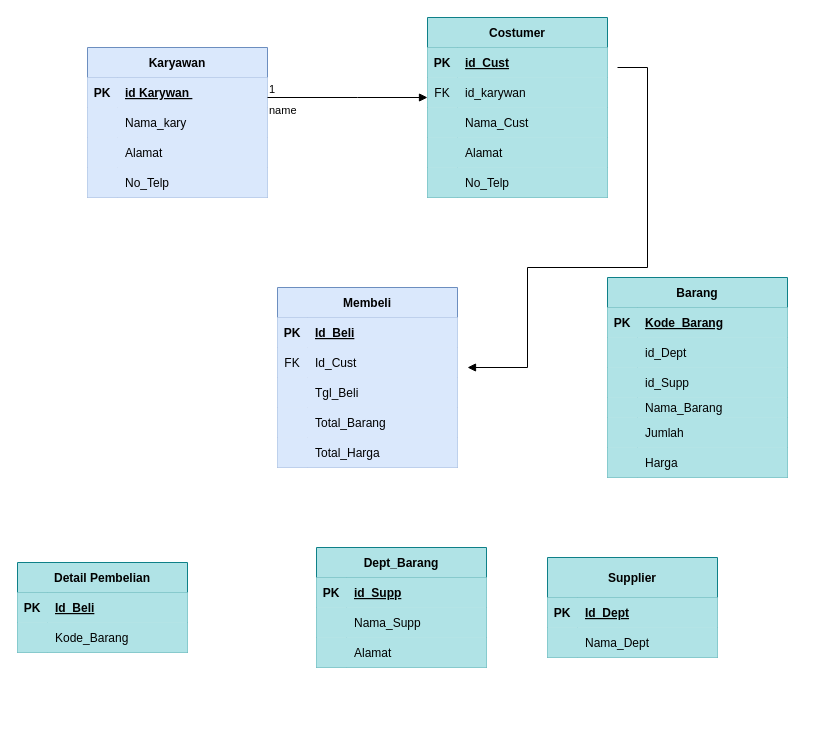
The draw.io diagram Diagram Tanpa Judul.drawio in NayaRPL/db1_usb, before the edit. Source tidied: cells renumbered, new cells numbered last; positions are measured from the earlier drawing's top-left corner, leaving out a move shared by most shapes. Both pictures are drawn from the tidied source at 100%, with x=0, y=0 at pixel (17, 17).
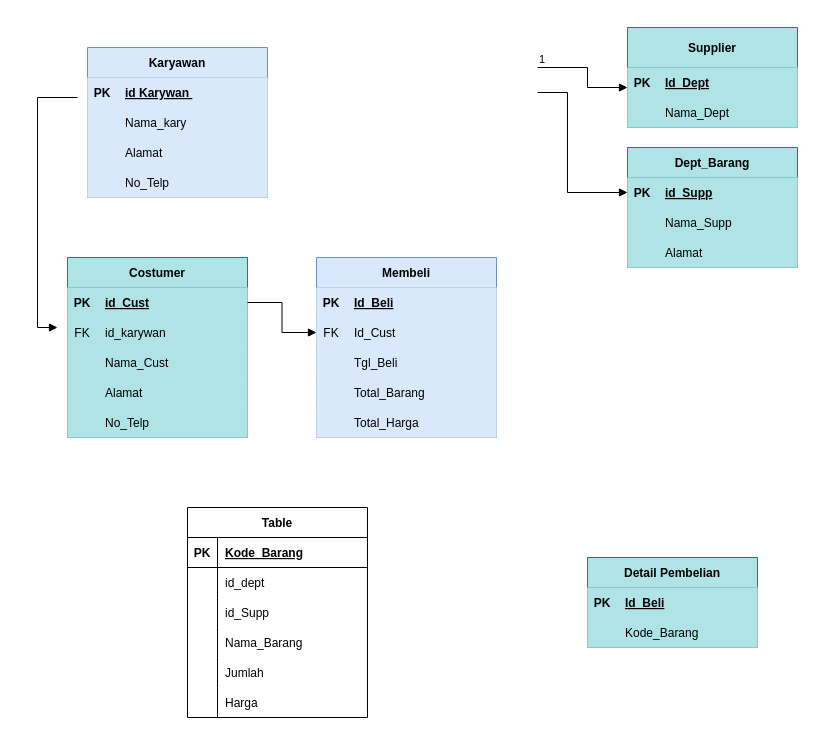
After the change.

Unchanged cells that the change refers to:
```xml
<mxCell id="19" style="shape=tableRow;horizontal=0;startSize=0;swimlaneHead=0;swimlaneBody=0;fillColor=#dae8fc;points=[[0,0.5],[1,0.5]];portConstraint=eastwest;top=0;left=0;right=0;bottom=0;strokeColor=#6c8ebf;" parent="15" vertex="1">
  <mxGeometry y="60" width="180" height="30" as="geometry" />
</mxCell>
<mxCell id="32" style="shape=tableRow;horizontal=0;startSize=0;swimlaneHead=0;swimlaneBody=0;points=[[0,0.5],[1,0.5]];portConstraint=eastwest;top=0;left=0;right=0;bottom=0;fillColor=#b0e3e6;strokeColor=#0e8088;" parent="31" vertex="1">
  <mxGeometry y="30" width="180" height="30" as="geometry" />
</mxCell>
<mxCell id="74" style="shape=tableRow;horizontal=0;startSize=0;swimlaneHead=0;swimlaneBody=0;points=[[0,0.5],[1,0.5]];portConstraint=eastwest;top=0;left=0;right=0;bottom=0;fillColor=#b0e3e6;strokeColor=#0e8088;" parent="73" vertex="1">
  <mxGeometry y="40" width="170" height="30" as="geometry" />
</mxCell>
<mxCell id="81" style="shape=tableRow;horizontal=0;startSize=0;swimlaneHead=0;swimlaneBody=0;points=[[0,0.5],[1,0.5]];portConstraint=eastwest;top=0;left=0;right=0;bottom=0;fillColor=#b0e3e6;strokeColor=#0e8088;" parent="80" vertex="1">
  <mxGeometry y="30" width="170" height="30" as="geometry" />
</mxCell>
```

Change to the diagram source:
```diff
@@
     <mxCell id="15" value="Membeli" style="shape=table;startSize=30;childLayout=tableLayout;rowLines=0;fontStyle=1;align=center;fillColor=#dae8fc;strokeColor=#6c8ebf;bottom=0;" parent="1" vertex="1">
-      <mxGeometry x="260" y="270" width="180" height="180" as="geometry" />
+      <mxGeometry x="299" y="240" width="180" height="180" as="geometry" />
     </mxCell>
@@
     <mxCell id="31" value="Costumer" style="shape=table;startSize=30;childLayout=tableLayout;rowLines=0;fontStyle=1;align=center;fillColor=#b0e3e6;strokeColor=#0e8088;bottom=0;" parent="1" vertex="1">
-      <mxGeometry x="410" width="180" height="180" as="geometry" />
+      <mxGeometry x="50" y="240" width="180" height="180" as="geometry" />
     </mxCell>
@@
     <mxCell id="47" value="Detail Pembelian" style="shape=table;startSize=30;childLayout=tableLayout;rowLines=0;fontStyle=1;align=center;fillColor=#b0e3e6;strokeColor=#0e8088;bottom=0;" parent="1" vertex="1">
-      <mxGeometry y="545" width="170" height="90" as="geometry" />
+      <mxGeometry x="570" y="540" width="170" height="90" as="geometry" />
     </mxCell>
@@
-    <mxCell id="54" value="Barang" style="shape=table;startSize=30;childLayout=tableLayout;rowLines=0;fontStyle=1;align=center;fillColor=#b0e3e6;strokeColor=#0e8088;bottom=0;" parent="1" vertex="1">
-      <mxGeometry x="590" y="260" width="180" height="200" as="geometry" />
-    </mxCell>
-    <mxCell id="55" style="shape=tableRow;horizontal=0;startSize=0;swimlaneHead=0;swimlaneBody=0;top=0;left=0;right=0;bottom=0;fillColor=#b0e3e6;strokeColor=#0e8088;" parent="54" vertex="1">
-      <mxGeometry y="30" width="180" height="30" as="geometry" />
-    </mxCell>
-    <mxCell id="56" value="PK" style="shape=partialRectangle;top=0;left=0;bottom=0;right=0;fontStyle=1;overflow=hidden;fillColor=#b0e3e6;strokeColor=#0e8088;" parent="55" vertex="1">
-      <mxGeometry width="30" height="30" as="geometry" />
-    </mxCell>
-    <mxCell id="57" value="Kode_Barang" style="shape=partialRectangle;top=0;left=0;bottom=0;right=0;align=left;spacingLeft=6;fontStyle=5;overflow=hidden;fillColor=#b0e3e6;strokeColor=#0e8088;" parent="55" vertex="1">
-      <mxGeometry x="30" width="150" height="30" as="geometry" />
-    </mxCell>
-    <mxCell id="58" style="shape=tableRow;horizontal=0;startSize=0;swimlaneHead=0;swimlaneBody=0;top=0;left=0;right=0;bottom=0;fillColor=#b0e3e6;strokeColor=#0e8088;" parent="54" vertex="1">
-      <mxGeometry y="60" width="180" height="30" as="geometry" />
-    </mxCell>
-    <mxCell id="59" style="shape=partialRectangle;top=0;left=0;bottom=0;right=0;overflow=hidden;fillColor=#b0e3e6;strokeColor=#0e8088;" parent="58" vertex="1">
-      <mxGeometry width="30" height="30" as="geometry" />
-    </mxCell>
-    <mxCell id="60" value="id_Dept" style="shape=partialRectangle;top=0;left=0;bottom=0;right=0;align=left;spacingLeft=6;overflow=hidden;fillColor=#b0e3e6;strokeColor=#0e8088;" parent="58" vertex="1">
-      <mxGeometry x="30" width="150" height="30" as="geometry" />
-    </mxCell>
-    <mxCell id="61" style="shape=tableRow;horizontal=0;startSize=0;swimlaneHead=0;swimlaneBody=0;top=0;left=0;right=0;bottom=0;fillColor=#b0e3e6;strokeColor=#0e8088;" parent="54" vertex="1">
-      <mxGeometry y="90" width="180" height="30" as="geometry" />
-    </mxCell>
-    <mxCell id="62" style="shape=partialRectangle;top=0;left=0;bottom=0;right=0;overflow=hidden;fillColor=#b0e3e6;strokeColor=#0e8088;" parent="61" vertex="1">
-      <mxGeometry width="30" height="30" as="geometry" />
-    </mxCell>
-    <mxCell id="63" value="id_Supp" style="shape=partialRectangle;top=0;left=0;bottom=0;right=0;align=left;spacingLeft=6;overflow=hidden;fillColor=#b0e3e6;strokeColor=#0e8088;" parent="61" vertex="1">
-      <mxGeometry x="30" width="150" height="30" as="geometry" />
-    </mxCell>
-    <mxCell id="64" style="shape=tableRow;horizontal=0;startSize=0;swimlaneHead=0;swimlaneBody=0;top=0;left=0;right=0;bottom=0;fillColor=#b0e3e6;strokeColor=#0e8088;" parent="54" vertex="1">
-      <mxGeometry y="120" width="180" height="20" as="geometry" />
-    </mxCell>
-    <mxCell id="65" style="shape=partialRectangle;top=0;left=0;bottom=0;right=0;overflow=hidden;fillColor=#b0e3e6;strokeColor=#0e8088;" parent="64" vertex="1">
-      <mxGeometry width="30" height="20" as="geometry" />
-    </mxCell>
-    <mxCell id="66" value="Nama_Barang" style="shape=partialRectangle;top=0;left=0;bottom=0;right=0;align=left;spacingLeft=6;overflow=hidden;fillColor=#b0e3e6;strokeColor=#0e8088;" parent="64" vertex="1">
-      <mxGeometry x="30" width="150" height="20" as="geometry" />
-    </mxCell>
-    <mxCell id="67" style="shape=tableRow;horizontal=0;startSize=0;swimlaneHead=0;swimlaneBody=0;top=0;left=0;right=0;bottom=0;fillColor=#b0e3e6;strokeColor=#0e8088;" parent="54" vertex="1">
-      <mxGeometry y="140" width="180" height="30" as="geometry" />
-    </mxCell>
-    <mxCell id="68" style="shape=partialRectangle;top=0;left=0;bottom=0;right=0;overflow=hidden;fillColor=#b0e3e6;strokeColor=#0e8088;" parent="67" vertex="1">
-      <mxGeometry width="30" height="30" as="geometry" />
-    </mxCell>
-    <mxCell id="69" value="Jumlah" style="shape=partialRectangle;top=0;left=0;bottom=0;right=0;align=left;spacingLeft=6;overflow=hidden;fillColor=#b0e3e6;strokeColor=#0e8088;" parent="67" vertex="1">
-      <mxGeometry x="30" width="150" height="30" as="geometry" />
-    </mxCell>
-    <mxCell id="70" style="shape=tableRow;horizontal=0;startSize=0;swimlaneHead=0;swimlaneBody=0;top=0;left=0;right=0;bottom=0;fillColor=#b0e3e6;strokeColor=#0e8088;" parent="54" vertex="1">
-      <mxGeometry y="170" width="180" height="30" as="geometry" />
-    </mxCell>
-    <mxCell id="71" style="shape=partialRectangle;top=0;left=0;bottom=0;right=0;overflow=hidden;fillColor=#b0e3e6;strokeColor=#0e8088;" parent="70" vertex="1">
-      <mxGeometry width="30" height="30" as="geometry" />
-    </mxCell>
-    <mxCell id="72" value="Harga" style="shape=partialRectangle;top=0;left=0;bottom=0;right=0;align=left;spacingLeft=6;overflow=hidden;fillColor=#b0e3e6;strokeColor=#0e8088;" parent="70" vertex="1">
-      <mxGeometry x="30" width="150" height="30" as="geometry" />
-    </mxCell>
     <mxCell id="73" value="Supplier" style="shape=table;startSize=40;childLayout=tableLayout;rowLines=0;fontStyle=1;align=center;fillColor=#b0e3e6;strokeColor=#0e8088;bottom=0;" parent="1" vertex="1">
-      <mxGeometry x="530" y="540" width="170" height="100" as="geometry" />
+      <mxGeometry x="610" y="10" width="170" height="100" as="geometry" />
     </mxCell>
@@
     <mxCell id="80" value="Dept_Barang" style="shape=table;startSize=30;childLayout=tableLayout;rowLines=0;fontStyle=1;align=center;fillColor=#b0e3e6;strokeColor=#0e8088;bottom=0;" parent="1" vertex="1">
-      <mxGeometry x="299" y="530" width="170" height="120" as="geometry" />
+      <mxGeometry x="610" y="130" width="170" height="120" as="geometry" />
     </mxCell>
@@
-    <mxCell id="90" value="name" style="endArrow=block;endFill=1;html=1;edgeStyle=orthogonalEdgeStyle;align=left;verticalAlign=top;rounded=0;" parent="1" edge="1">
+    <mxCell id="90" style="endArrow=block;endFill=1;html=1;edgeStyle=orthogonalEdgeStyle;align=left;verticalAlign=top;rounded=0;" parent="1" edge="1">
       <mxGeometry x="-1" relative="1" as="geometry">
-        <mxPoint x="250" y="80" as="sourcePoint" />
-        <mxPoint x="410" y="80" as="targetPoint" />
+        <mxPoint x="60" y="80" as="sourcePoint" />
+        <mxPoint x="40" y="310" as="targetPoint" />
         <Array as="points">
-          <mxPoint x="340" y="80" />
-          <mxPoint x="340" y="80" />
+          <mxPoint x="20" y="80" />
         </Array>
       </mxGeometry>
     </mxCell>
+    <mxCell id="93" style="endArrow=block;endFill=1;html=1;edgeStyle=orthogonalEdgeStyle;align=left;verticalAlign=top;rounded=0;entryX=0;entryY=0.5;entryDx=0;entryDy=0;exitX=1;exitY=0.5;exitDx=0;exitDy=0;" parent="1" edge="1" source="32" target="19">
+      <mxGeometry x="-1" relative="1" as="geometry" />
+    </mxCell>
+    <mxCell id="94" style="endArrow=block;endFill=1;html=1;edgeStyle=orthogonalEdgeStyle;align=left;verticalAlign=top;rounded=0;entryX=0;entryY=0.667;entryDx=0;entryDy=0;entryPerimeter=0;exitX=1;exitY=0.5;exitDx=0;exitDy=0;" parent="1" edge="1" target="74">
+      <mxGeometry x="-1" relative="1" as="geometry">
+        <mxPoint x="520" y="50" as="sourcePoint" />
+        <Array as="points">
+          <mxPoint x="570" y="50" />
+          <mxPoint x="570" y="70" />
+        </Array>
+      </mxGeometry>
+    </mxCell>
-    <mxCell id="91" value="1" style="edgeLabel;html=1;align=left;verticalAlign=bottom;" parent="90" vertex="1">
+    <mxCell id="91" value="1" style="edgeLabel;html=1;align=left;verticalAlign=bottom;" parent="94" vertex="1">
       <mxGeometry x="-1" relative="1" as="geometry" />
     </mxCell>
-    <mxCell id="92" style="endArrow=block;endFill=1;html=1;edgeStyle=orthogonalEdgeStyle;align=left;verticalAlign=top;rounded=0;" parent="1" edge="1">
-      <mxGeometry x="-1" relative="1" as="geometry">
-        <mxPoint x="600" y="50" as="sourcePoint" />
-        <mxPoint x="450" y="350" as="targetPoint" />
-        <Array as="points">
-          <mxPoint x="630" y="50" />
-          <mxPoint x="630" y="250" />
-          <mxPoint x="510" y="250" />
-        </Array>
-      </mxGeometry>
-    </mxCell>
+    <mxCell id="95" style="endArrow=block;endFill=1;html=1;edgeStyle=orthogonalEdgeStyle;align=left;verticalAlign=top;rounded=0;exitX=1;exitY=0.5;exitDx=0;exitDy=0;entryX=0;entryY=0.5;entryDx=0;entryDy=0;" parent="1" edge="1" target="81">
+      <mxGeometry x="-1" relative="1" as="geometry">
+        <mxPoint x="520" y="75" as="sourcePoint" />
+        <Array as="points">
+          <mxPoint x="550" y="75" />
+          <mxPoint x="550" y="175" />
+        </Array>
+      </mxGeometry>
+    </mxCell>
+    <mxCell id="96" value="Table" style="shape=table;startSize=30;childLayout=tableLayout;rowLines=0;fontStyle=1;align=center;" parent="1" vertex="1">
+      <mxGeometry x="170" y="490" width="180" height="210" as="geometry" />
+    </mxCell>
+    <mxCell id="97" style="shape=tableRow;horizontal=0;startSize=0;swimlaneHead=0;swimlaneBody=0;fillColor=none;top=0;left=0;right=0;bottom=1;" parent="96" vertex="1">
+      <mxGeometry y="30" width="180" height="30" as="geometry" />
+    </mxCell>
+    <mxCell id="56" value="PK" style="shape=partialRectangle;fillColor=none;top=0;left=0;bottom=0;right=0;fontStyle=1;overflow=hidden;" parent="97" vertex="1">
+      <mxGeometry width="30" height="30" as="geometry" />
+    </mxCell>
+    <mxCell id="57" value="Kode_Barang" style="shape=partialRectangle;fillColor=none;top=0;left=0;bottom=0;right=0;align=left;spacingLeft=6;fontStyle=5;overflow=hidden;" parent="97" vertex="1">
+      <mxGeometry x="30" width="150" height="30" as="geometry" />
+    </mxCell>
+    <mxCell id="98" style="shape=tableRow;horizontal=0;startSize=0;swimlaneHead=0;swimlaneBody=0;fillColor=none;top=0;left=0;right=0;bottom=0;" parent="96" vertex="1">
+      <mxGeometry y="60" width="180" height="30" as="geometry" />
+    </mxCell>
+    <mxCell id="99" style="shape=partialRectangle;fillColor=none;top=0;left=0;bottom=0;right=0;overflow=hidden;" parent="98" vertex="1">
+      <mxGeometry width="30" height="30" as="geometry" />
+    </mxCell>
+    <mxCell id="100" value="id_dept" style="shape=partialRectangle;fillColor=none;top=0;left=0;bottom=0;right=0;align=left;spacingLeft=6;overflow=hidden;" parent="98" vertex="1">
+      <mxGeometry x="30" width="150" height="30" as="geometry" />
+    </mxCell>
+    <mxCell id="101" style="shape=tableRow;horizontal=0;startSize=0;swimlaneHead=0;swimlaneBody=0;fillColor=none;top=0;left=0;right=0;bottom=0;" parent="96" vertex="1">
+      <mxGeometry y="90" width="180" height="30" as="geometry" />
+    </mxCell>
+    <mxCell id="102" style="shape=partialRectangle;fillColor=none;top=0;left=0;bottom=0;right=0;overflow=hidden;" parent="101" vertex="1">
+      <mxGeometry width="30" height="30" as="geometry" />
+    </mxCell>
+    <mxCell id="63" value="id_Supp" style="shape=partialRectangle;fillColor=none;top=0;left=0;bottom=0;right=0;align=left;spacingLeft=6;overflow=hidden;" parent="101" vertex="1">
+      <mxGeometry x="30" width="150" height="30" as="geometry" />
+    </mxCell>
+    <mxCell id="103" style="shape=tableRow;horizontal=0;startSize=0;swimlaneHead=0;swimlaneBody=0;fillColor=none;top=0;left=0;right=0;bottom=0;" parent="96" vertex="1">
+      <mxGeometry y="120" width="180" height="30" as="geometry" />
+    </mxCell>
+    <mxCell id="104" style="shape=partialRectangle;fillColor=none;top=0;left=0;bottom=0;right=0;overflow=hidden;" parent="103" vertex="1">
+      <mxGeometry width="30" height="30" as="geometry" />
+    </mxCell>
+    <mxCell id="66" value="Nama_Barang" style="shape=partialRectangle;fillColor=none;top=0;left=0;bottom=0;right=0;align=left;spacingLeft=6;overflow=hidden;" parent="103" vertex="1">
+      <mxGeometry x="30" width="150" height="30" as="geometry" />
+    </mxCell>
+    <mxCell id="105" style="shape=tableRow;horizontal=0;startSize=0;swimlaneHead=0;swimlaneBody=0;fillColor=none;top=0;left=0;right=0;bottom=0;" parent="96" vertex="1">
+      <mxGeometry y="150" width="180" height="30" as="geometry" />
+    </mxCell>
+    <mxCell id="106" style="shape=partialRectangle;fillColor=none;top=0;left=0;bottom=0;right=0;overflow=hidden;" parent="105" vertex="1">
+      <mxGeometry width="30" height="30" as="geometry" />
+    </mxCell>
+    <mxCell id="69" value="Jumlah" style="shape=partialRectangle;fillColor=none;top=0;left=0;bottom=0;right=0;align=left;spacingLeft=6;overflow=hidden;" parent="105" vertex="1">
+      <mxGeometry x="30" width="150" height="30" as="geometry" />
+    </mxCell>
+    <mxCell id="107" style="shape=tableRow;horizontal=0;startSize=0;swimlaneHead=0;swimlaneBody=0;fillColor=none;top=0;left=0;right=0;bottom=0;" parent="96" vertex="1">
+      <mxGeometry y="180" width="180" height="30" as="geometry" />
+    </mxCell>
+    <mxCell id="108" style="shape=partialRectangle;fillColor=none;top=0;left=0;bottom=0;right=0;overflow=hidden;" parent="107" vertex="1">
+      <mxGeometry width="30" height="30" as="geometry" />
+    </mxCell>
+    <mxCell id="72" value="Harga" style="shape=partialRectangle;fillColor=none;top=0;left=0;bottom=0;right=0;align=left;spacingLeft=6;overflow=hidden;" parent="107" vertex="1">
+      <mxGeometry x="30" width="150" height="30" as="geometry" />
+    </mxCell>
```
